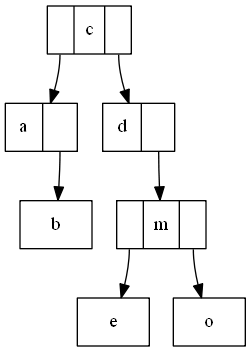
Earlier version of the Graphviz export scrabble/ArbolABB.png (ChrisUSAC/EDD_1S2020_PY1_201709272). Its source is kept beside it as scrabble/ArbolABB.dot.
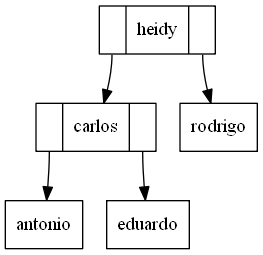
The same diagram one commit later.

Change to the diagram source:
```diff
@@ -3,18 +3,14 @@
 rankdir=TB;
 
 node [shape = record];
-N_c[label ="<HI>|c|<HD>"];
-N_a[label ="a|<HD>"];
-N_b[label ="b"];
-N_a:HD -> N_b
-N_c:HI -> N_a
-N_d[label ="d|<HD>"];
-N_m[label ="<HI>|m|<HD>"];
-N_e[label ="e"];
-N_m:HI -> N_e
-N_o[label ="o"];
-N_m:HD -> N_o
-N_d:HD -> N_m
-N_c:HD -> N_d
+N_heidy[label ="<HI>|heidy|<HD>"];
+N_carlos[label ="<HI>|carlos|<HD>"];
+N_antonio[label ="antonio"];
+N_carlos:HI -> N_antonio
+N_eduardo[label ="eduardo"];
+N_carlos:HD -> N_eduardo
+N_heidy:HI -> N_carlos
+N_rodrigo[label ="rodrigo"];
+N_heidy:HD -> N_rodrigo
 
 }
```
